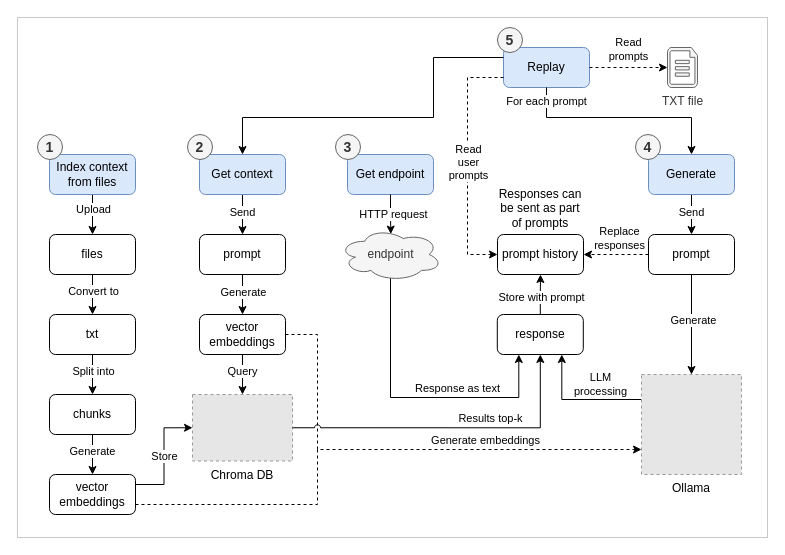
This is doc/app_flow.drawio from intentor/llm-workbench, a draw.io file, before an edit. Source tidied: cells renumbered, new cells numbered last; positions are measured from the earlier drawing's top-left corner, leaving out a move shared by most shapes. Both pictures are drawn from the tidied source at 100%, with x=0, y=0 at pixel (17, 17). Pictures stored in the file or linked from it are replaced by grey dashed boxes.
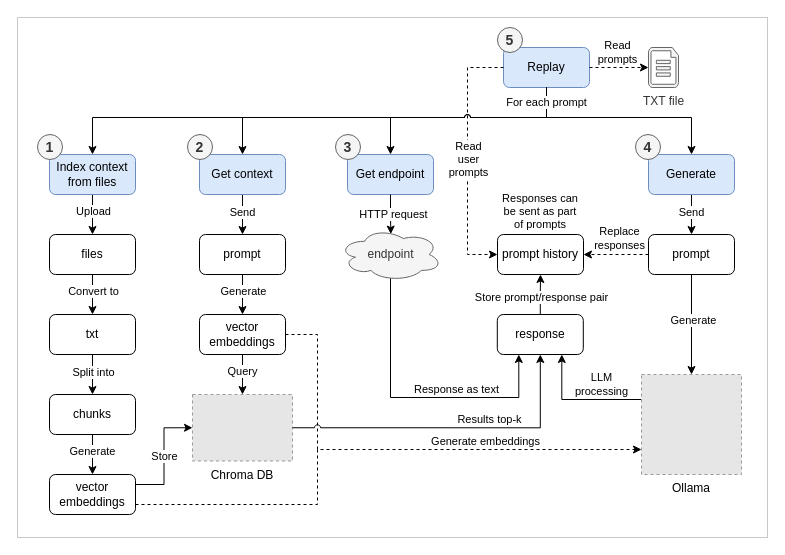
After the change.

Commit message (it also covers changes not shown here):
Update app flow diagram formatting

The change refers to these unchanged cells:
```xml
<mxCell id="4" style="edgeStyle=orthogonalEdgeStyle;rounded=0;jettySize=auto;html=1;entryX=0.75;entryY=1;entryDx=0;entryDy=0;exitX=0;exitY=0.25;exitDx=0;exitDy=0;" parent="1" edge="1" source="6" target="33">
  <mxGeometry relative="1" as="geometry" />
</mxCell>
<mxCell id="7" style="edgeStyle=orthogonalEdgeStyle;rounded=0;jettySize=auto;html=1;entryX=0.5;entryY=0;entryDx=0;entryDy=0;" parent="1" edge="1" source="36" target="14">
  <mxGeometry relative="1" as="geometry" />
</mxCell>
<mxCell id="9" style="edgeStyle=orthogonalEdgeStyle;rounded=0;jettySize=auto;html=1;entryX=0.5;entryY=0;entryDx=0;entryDy=0;" parent="1" edge="1" source="11" target="55">
  <mxGeometry relative="1" as="geometry" />
</mxCell>
<mxCell id="22" style="edgeStyle=orthogonalEdgeStyle;rounded=0;jettySize=auto;html=1;entryX=0.5;entryY=0;entryDx=0;entryDy=0;" parent="1" edge="1" source="24" target="60">
  <mxGeometry relative="1" as="geometry" />
</mxCell>
<mxCell id="30" value="prompt history" style="rounded=1;whiteSpace=wrap;html=1;" parent="1" vertex="1">
  <mxGeometry x="480" y="217" width="86" height="40" as="geometry" />
</mxCell>
<mxCell id="31" style="edgeStyle=orthogonalEdgeStyle;rounded=0;jettySize=auto;html=1;entryX=0.5;entryY=1;entryDx=0;entryDy=0;" parent="1" edge="1" source="33" target="30">
  <mxGeometry relative="1" as="geometry" />
</mxCell>
<mxCell id="36" value="Index context from files" style="rounded=1;whiteSpace=wrap;html=1;fillColor=#dae8fc;strokeColor=#6c8ebf;" parent="35" vertex="1">
  <mxGeometry x="12" y="20" width="86" height="40" as="geometry" />
</mxCell>
<mxCell id="39" value="Get context" style="rounded=1;whiteSpace=wrap;html=1;fillColor=#dae8fc;strokeColor=#6c8ebf;" parent="38" vertex="1">
  <mxGeometry x="12" y="20" width="86" height="40" as="geometry" />
</mxCell>
<mxCell id="42" value="Generate" style="rounded=1;whiteSpace=wrap;html=1;fillColor=#dae8fc;strokeColor=#6c8ebf;" parent="41" vertex="1">
  <mxGeometry x="13" y="20" width="86" height="40" as="geometry" />
</mxCell>
<mxCell id="45" value="Replay" style="rounded=1;whiteSpace=wrap;html=1;fillColor=#dae8fc;strokeColor=#6c8ebf;" parent="44" vertex="1">
  <mxGeometry x="6" y="20" width="86" height="40" as="geometry" />
</mxCell>
<mxCell id="48" style="edgeStyle=orthogonalEdgeStyle;rounded=0;jettySize=auto;html=1;exitX=1;exitY=0.5;exitDx=0;exitDy=0;entryX=0;entryY=0.5;entryDx=0;entryDy=0;entryPerimeter=0;dashed=1;" parent="1" edge="1" source="45" target="47">
  <mxGeometry relative="1" as="geometry" />
</mxCell>
<mxCell id="58" style="edgeStyle=orthogonalEdgeStyle;rounded=0;jettySize=auto;html=1;entryX=0;entryY=0.75;entryDx=0;entryDy=0;dashed=1;" parent="1" edge="1" source="60" target="6">
  <mxGeometry relative="1" as="geometry">
    <Array as="points">
      <mxPoint x="300" y="317" />
      <mxPoint x="300" y="432" />
    </Array>
  </mxGeometry>
</mxCell>
<mxCell id="63" style="edgeStyle=orthogonalEdgeStyle;rounded=0;jettySize=auto;html=1;exitX=1;exitY=0.5;exitDx=0;exitDy=0;jumpStyle=arc;entryX=0.5;entryY=1;entryDx=0;entryDy=0;" parent="1" edge="1" source="3" target="33">
  <mxGeometry relative="1" as="geometry">
    <Array as="points">
      <mxPoint x="523" y="410" />
    </Array>
  </mxGeometry>
</mxCell>
<mxCell id="66" value="Get endpoint" style="rounded=1;whiteSpace=wrap;html=1;fillColor=#dae8fc;strokeColor=#6c8ebf;" parent="65" vertex="1">
  <mxGeometry x="12" y="20" width="86" height="40" as="geometry" />
</mxCell>
<mxCell id="68" style="edgeStyle=orthogonalEdgeStyle;rounded=0;jettySize=auto;html=1;entryX=0.25;entryY=1;entryDx=0;entryDy=0;" parent="1" edge="1" target="33">
  <mxGeometry relative="1" as="geometry">
    <mxPoint x="373" y="260" as="sourcePoint" />
    <Array as="points">
      <mxPoint x="373" y="380" />
      <mxPoint x="502" y="380" />
      <mxPoint x="502" y="337" />
    </Array>
  </mxGeometry>
</mxCell>
```

The edit, as a diff of the source:
```diff
@@
     <mxCell id="5" value="LLM&lt;div&gt;processing&lt;/div&gt;" style="edgeLabel;html=1;align=center;verticalAlign=middle;" parent="4" vertex="1">
       <mxGeometry x="0.43" y="2" relative="1" as="geometry">
-        <mxPoint x="40" y="-6" as="offset" />
+        <mxPoint x="41" y="-6" as="offset" />
       </mxGeometry>
     </mxCell>
@@
     <mxCell id="8" value="Upload" style="edgeLabel;html=1;align=center;verticalAlign=middle;" parent="7" vertex="1">
-      <mxGeometry x="-0.3" relative="1" as="geometry" />
+      <mxGeometry x="-0.3" relative="1" as="geometry">
+        <mxPoint y="2" as="offset" />
+      </mxGeometry>
     </mxCell>
@@
     <mxCell id="10" value="Split into" style="edgeLabel;html=1;align=center;verticalAlign=middle;" parent="9" vertex="1">
-      <mxGeometry x="-0.2" relative="1" as="geometry" />
+      <mxGeometry x="-0.2" relative="1" as="geometry">
+        <mxPoint y="1" as="offset" />
+      </mxGeometry>
     </mxCell>
@@
     <mxCell id="23" value="Generate" style="edgeLabel;html=1;align=center;verticalAlign=middle;" parent="22" vertex="1">
-      <mxGeometry x="-0.15" relative="1" as="geometry" />
+      <mxGeometry x="-0.15" relative="1" as="geometry">
+        <mxPoint y="-1" as="offset" />
+      </mxGeometry>
     </mxCell>
@@
-    <mxCell id="32" value="Store with prompt" style="edgeLabel;html=1;align=center;verticalAlign=middle;" parent="31" vertex="1">
+    <mxCell id="32" value="Store prompt/response pair" style="edgeLabel;html=1;align=center;verticalAlign=middle;" parent="31" vertex="1">
       <mxGeometry x="0.1" relative="1" as="geometry">
         <mxPoint y="4" as="offset" />
       </mxGeometry>
     </mxCell>
@@
-    <mxCell id="34" value="Responses can be sent as part of prompts" style="text;html=1;align=center;verticalAlign=middle;whiteSpace=wrap;rounded=0;" parent="1" vertex="1">
-      <mxGeometry x="480" y="169.5" width="85.8" height="43" as="geometry" />
+    <mxCell id="34" value="Responses can be sent as part of prompts" style="text;html=1;align=center;verticalAlign=middle;whiteSpace=wrap;rounded=0;fontSize=11;" parent="1" vertex="1">
+      <mxGeometry x="480" y="172.5" width="85.8" height="43" as="geometry" />
     </mxCell>
@@
     <mxCell id="47" value="TXT file" style="verticalLabelPosition=bottom;html=1;verticalAlign=top;align=center;strokeColor=#666666;fillColor=#f5f5f5;shape=mxgraph.azure.cloud_services_configuration_file;fontColor=#333333;" parent="1" vertex="1">
-      <mxGeometry x="650" y="30" width="30" height="40" as="geometry" />
+      <mxGeometry x="631" y="30" width="30" height="40" as="geometry" />
     </mxCell>
@@
     <mxCell id="49" value="Read&lt;div&gt;prompts&lt;/div&gt;" style="edgeLabel;html=1;align=center;verticalAlign=middle;" parent="48" vertex="1">
       <mxGeometry x="0.08" relative="1" as="geometry">
-        <mxPoint x="-4" y="-19" as="offset" />
+        <mxPoint x="-5" y="-16" as="offset" />
       </mxGeometry>
     </mxCell>
-    <mxCell id="50" style="edgeStyle=orthogonalEdgeStyle;rounded=0;jettySize=auto;html=1;exitX=0;exitY=0.75;exitDx=0;exitDy=0;entryX=0;entryY=0.5;entryDx=0;entryDy=0;dashed=1;" parent="1" edge="1" source="45" target="30">
-      <mxGeometry relative="1" as="geometry">
-        <Array as="points">
-          <mxPoint x="450" y="60" />
-          <mxPoint x="450" y="237" />
-        </Array>
-      </mxGeometry>
-    </mxCell>
-    <mxCell id="51" value="Read&lt;div&gt;user&lt;br&gt;&lt;div&gt;prompts&lt;/div&gt;&lt;/div&gt;" style="edgeLabel;html=1;align=center;verticalAlign=middle;" parent="50" vertex="1">
-      <mxGeometry x="-0.25" y="-1" relative="1" as="geometry">
-        <mxPoint x="1" y="29" as="offset" />
-      </mxGeometry>
-    </mxCell>
@@
-    <mxCell id="54" style="edgeStyle=orthogonalEdgeStyle;rounded=0;jettySize=auto;html=1;entryX=0.5;entryY=0;entryDx=0;entryDy=0;jumpStyle=arc;exitX=0;exitY=0.25;exitDx=0;exitDy=0;" parent="1" edge="1" source="45" target="39">
-      <mxGeometry relative="1" as="geometry">
-        <Array as="points">
-          <mxPoint x="416" y="40" />
-          <mxPoint x="416" y="100" />
-          <mxPoint x="225" y="100" />
-        </Array>
-      </mxGeometry>
-    </mxCell>
@@
     <mxCell id="59" value="Generate embeddings" style="edgeLabel;html=1;align=center;verticalAlign=middle;" parent="58" vertex="1">
       <mxGeometry x="0.18" relative="1" as="geometry">
-        <mxPoint x="36" y="-10" as="offset" />
+        <mxPoint x="36" y="-9" as="offset" />
       </mxGeometry>
     </mxCell>
@@
-    <mxCell id="61" style="edgeStyle=orthogonalEdgeStyle;rounded=0;jettySize=auto;html=1;entryX=0.5;entryY=0;entryDx=0;entryDy=0;exitX=0.5;exitY=1;exitDx=0;exitDy=0;" parent="1" edge="1" source="45" target="42">
-      <mxGeometry relative="1" as="geometry">
-        <Array as="points">
-          <mxPoint x="529" y="100" />
-          <mxPoint x="674" y="100" />
-        </Array>
-      </mxGeometry>
-    </mxCell>
-    <mxCell id="62" value="For each prompt" style="edgeLabel;html=1;align=center;verticalAlign=middle;" parent="61" vertex="1">
-      <mxGeometry x="-0.85" y="-1" relative="1" as="geometry">
-        <mxPoint y="-3" as="offset" />
-      </mxGeometry>
-    </mxCell>
@@
     <mxCell id="64" value="Results top-k" style="edgeLabel;html=1;align=center;verticalAlign=middle;" parent="63" vertex="1">
       <mxGeometry x="0.3" relative="1" as="geometry">
-        <mxPoint x="-11" y="-10" as="offset" />
+        <mxPoint x="-12" y="-9" as="offset" />
       </mxGeometry>
     </mxCell>
@@
     <mxCell id="69" value="Response as text" style="edgeLabel;html=1;align=center;verticalAlign=middle;" parent="68" vertex="1">
       <mxGeometry x="-0.43" relative="1" as="geometry">
-        <mxPoint x="66" y="27" as="offset" />
+        <mxPoint x="65" y="28" as="offset" />
       </mxGeometry>
     </mxCell>
@@
+    <mxCell id="50" style="edgeStyle=orthogonalEdgeStyle;rounded=0;jettySize=auto;html=1;exitX=0;exitY=0.5;exitDx=0;exitDy=0;entryX=0;entryY=0.5;entryDx=0;entryDy=0;dashed=1;" parent="1" edge="1" source="45" target="30">
+      <mxGeometry relative="1" as="geometry">
+        <Array as="points">
+          <mxPoint x="450" y="50" />
+          <mxPoint x="450" y="237" />
+        </Array>
+      </mxGeometry>
+    </mxCell>
+    <mxCell id="51" value="Read&lt;div&gt;user&lt;br&gt;&lt;div&gt;prompts&lt;/div&gt;&lt;/div&gt;" style="edgeLabel;html=1;align=center;verticalAlign=middle;" parent="50" vertex="1">
+      <mxGeometry x="-0.25" y="-1" relative="1" as="geometry">
+        <mxPoint x="1" y="32" as="offset" />
+      </mxGeometry>
+    </mxCell>
+    <mxCell id="54" style="edgeStyle=orthogonalEdgeStyle;rounded=0;jettySize=auto;html=1;entryX=0.5;entryY=0;entryDx=0;entryDy=0;jumpStyle=arc;exitX=0.5;exitY=1;exitDx=0;exitDy=0;" parent="1" edge="1" source="45" target="39">
+      <mxGeometry relative="1" as="geometry">
+        <Array as="points">
+          <mxPoint x="529" y="100" />
+          <mxPoint x="225" y="100" />
+        </Array>
+      </mxGeometry>
+    </mxCell>
+    <mxCell id="73" style="edgeStyle=orthogonalEdgeStyle;rounded=0;jettySize=auto;html=1;entryX=0.5;entryY=0;entryDx=0;entryDy=0;jumpStyle=arc;" parent="1" edge="1" source="45" target="36">
+      <mxGeometry relative="1" as="geometry">
+        <Array as="points">
+          <mxPoint x="529" y="100" />
+          <mxPoint x="75" y="100" />
+        </Array>
+      </mxGeometry>
+    </mxCell>
+    <mxCell id="74" style="edgeStyle=orthogonalEdgeStyle;rounded=0;jettySize=auto;html=1;exitX=0.5;exitY=1;exitDx=0;exitDy=0;entryX=0.5;entryY=0;entryDx=0;entryDy=0;jumpStyle=arc;" parent="1" edge="1" source="45" target="66">
+      <mxGeometry relative="1" as="geometry">
+        <Array as="points">
+          <mxPoint x="529" y="100" />
+          <mxPoint x="373" y="100" />
+        </Array>
+      </mxGeometry>
+    </mxCell>
+    <mxCell id="61" style="edgeStyle=orthogonalEdgeStyle;rounded=0;jettySize=auto;html=1;entryX=0.5;entryY=0;entryDx=0;entryDy=0;exitX=0.5;exitY=1;exitDx=0;exitDy=0;jumpStyle=arc;" parent="1" edge="1" source="45" target="42">
+      <mxGeometry relative="1" as="geometry">
+        <Array as="points">
+          <mxPoint x="529" y="100" />
+          <mxPoint x="674" y="100" />
+        </Array>
+      </mxGeometry>
+    </mxCell>
+    <mxCell id="62" value="For each prompt" style="edgeLabel;html=1;align=center;verticalAlign=middle;" parent="61" vertex="1">
+      <mxGeometry x="-0.85" y="-1" relative="1" as="geometry">
+        <mxPoint y="-2" as="offset" />
+      </mxGeometry>
+    </mxCell>
```
